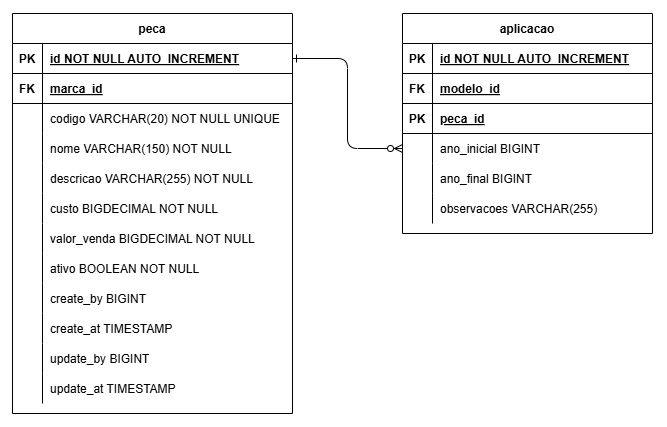
henriqueValgas/oficina-mecanica-api keeps this draw.io diagram as docs/modelo-relacional/ENTIDADE-RELACIONAL-PECA.drawio.png. Above is the earlier version. Source tidied: cells renumbered, new cells last; positions are measured from the earlier drawing's top-left corner, leaving out a move shared by most shapes.
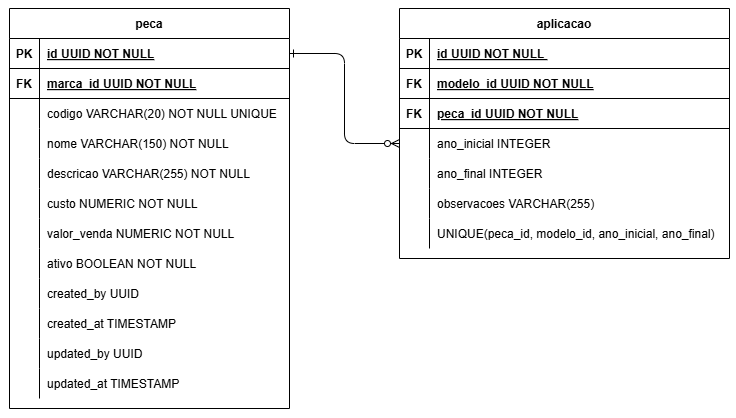
The same file after the commit.

Commit message:
docs: finalizado correcoes em entidade relacional e diagramas de classe

Diff of the diagram source:
```diff
@@ -14,7 +14,7 @@
     <mxCell id="5" value="PK" style="shape=partialRectangle;overflow=hidden;fillColor=none;top=0;left=0;bottom=0;right=0;fontStyle=1;" parent="4" vertex="1">
       <mxGeometry width="30" height="30" as="geometry" />
     </mxCell>
-    <mxCell id="6" value="id NOT NULL AUTO_INCREMENT" style="shape=partialRectangle;overflow=hidden;fillColor=none;top=0;left=0;bottom=0;right=0;align=left;spacingLeft=6;fontStyle=5;" parent="4" vertex="1">
+    <mxCell id="6" value="id UUID NOT NULL" style="shape=partialRectangle;overflow=hidden;fillColor=none;top=0;left=0;bottom=0;right=0;align=left;spacingLeft=6;fontStyle=5;" parent="4" vertex="1">
       <mxGeometry x="30" width="250" height="30" as="geometry" />
     </mxCell>
     <mxCell id="7" style="shape=partialRectangle;fillColor=none;top=0;left=0;right=0;bottom=1;" parent="3" vertex="1">
@@ -23,7 +23,7 @@
     <mxCell id="8" value="FK" style="shape=partialRectangle;overflow=hidden;fillColor=none;top=0;left=0;bottom=0;right=0;fontStyle=1;" parent="7" vertex="1">
       <mxGeometry width="30" height="30" as="geometry" />
     </mxCell>
-    <mxCell id="9" value="marca_id" style="shape=partialRectangle;overflow=hidden;fillColor=none;top=0;left=0;bottom=0;right=0;align=left;spacingLeft=6;fontStyle=5;" parent="7" vertex="1">
+    <mxCell id="9" value="marca_id UUID NOT NULL" style="shape=partialRectangle;overflow=hidden;fillColor=none;top=0;left=0;bottom=0;right=0;align=left;spacingLeft=6;fontStyle=5;" parent="7" vertex="1">
       <mxGeometry x="30" width="250" height="30" as="geometry" />
     </mxCell>
     <mxCell id="10" style="shape=partialRectangle;fillColor=none;top=0;left=0;right=0;bottom=0;" parent="3" vertex="1">
@@ -59,7 +59,7 @@
     <mxCell id="20" style="shape=partialRectangle;overflow=hidden;fillColor=none;top=0;left=0;bottom=0;right=0;" parent="19" vertex="1">
       <mxGeometry width="30" height="30" as="geometry" />
     </mxCell>
-    <mxCell id="21" value="custo BIGDECIMAL NOT NULL" style="shape=partialRectangle;overflow=hidden;fillColor=none;top=0;left=0;bottom=0;right=0;align=left;spacingLeft=6;" parent="19" vertex="1">
+    <mxCell id="21" value="custo NUMERIC NOT NULL" style="shape=partialRectangle;overflow=hidden;fillColor=none;top=0;left=0;bottom=0;right=0;align=left;spacingLeft=6;" parent="19" vertex="1">
       <mxGeometry x="30" width="250" height="30" as="geometry" />
     </mxCell>
     <mxCell id="22" style="shape=partialRectangle;fillColor=none;top=0;left=0;right=0;bottom=0;" parent="3" vertex="1">
@@ -68,7 +68,7 @@
     <mxCell id="23" style="shape=partialRectangle;overflow=hidden;fillColor=none;top=0;left=0;bottom=0;right=0;" parent="22" vertex="1">
       <mxGeometry width="30" height="30" as="geometry" />
     </mxCell>
-    <mxCell id="24" value="valor_venda BIGDECIMAL NOT NULL" style="shape=partialRectangle;overflow=hidden;fillColor=none;top=0;left=0;bottom=0;right=0;align=left;spacingLeft=6;" parent="22" vertex="1">
+    <mxCell id="24" value="valor_venda NUMERIC NOT NULL" style="shape=partialRectangle;overflow=hidden;fillColor=none;top=0;left=0;bottom=0;right=0;align=left;spacingLeft=6;" parent="22" vertex="1">
       <mxGeometry x="30" width="250" height="30" as="geometry" />
     </mxCell>
     <mxCell id="25" style="shape=partialRectangle;fillColor=none;top=0;left=0;right=0;bottom=0;" parent="3" vertex="1">
@@ -86,7 +86,7 @@
     <mxCell id="29" style="shape=partialRectangle;overflow=hidden;fillColor=none;top=0;left=0;bottom=0;right=0;" parent="28" vertex="1">
       <mxGeometry width="30" height="30" as="geometry" />
     </mxCell>
-    <mxCell id="30" value="create_by BIGINT" style="shape=partialRectangle;overflow=hidden;fillColor=none;top=0;left=0;bottom=0;right=0;align=left;spacingLeft=6;" parent="28" vertex="1">
+    <mxCell id="30" value="created_by UUID" style="shape=partialRectangle;overflow=hidden;fillColor=none;top=0;left=0;bottom=0;right=0;align=left;spacingLeft=6;" parent="28" vertex="1">
       <mxGeometry x="30" width="250" height="30" as="geometry" />
     </mxCell>
     <mxCell id="31" style="shape=partialRectangle;fillColor=none;top=0;left=0;right=0;bottom=0;" parent="3" vertex="1">
@@ -95,7 +95,7 @@
     <mxCell id="32" style="shape=partialRectangle;overflow=hidden;fillColor=none;top=0;left=0;bottom=0;right=0;" parent="31" vertex="1">
       <mxGeometry width="30" height="30" as="geometry" />
     </mxCell>
-    <mxCell id="33" value="create_at TIMESTAMP" style="shape=partialRectangle;overflow=hidden;fillColor=none;top=0;left=0;bottom=0;right=0;align=left;spacingLeft=6;" parent="31" vertex="1">
+    <mxCell id="33" value="created_at TIMESTAMP" style="shape=partialRectangle;overflow=hidden;fillColor=none;top=0;left=0;bottom=0;right=0;align=left;spacingLeft=6;" parent="31" vertex="1">
       <mxGeometry x="30" width="250" height="30" as="geometry" />
     </mxCell>
     <mxCell id="34" style="shape=partialRectangle;fillColor=none;top=0;left=0;right=0;bottom=0;" parent="3" vertex="1">
@@ -104,7 +104,7 @@
     <mxCell id="35" style="shape=partialRectangle;overflow=hidden;fillColor=none;top=0;left=0;bottom=0;right=0;" parent="34" vertex="1">
       <mxGeometry width="30" height="30" as="geometry" />
     </mxCell>
-    <mxCell id="36" value="update_by BIGINT" style="shape=partialRectangle;overflow=hidden;fillColor=none;top=0;left=0;bottom=0;right=0;align=left;spacingLeft=6;" parent="34" vertex="1">
+    <mxCell id="36" value="updated_by UUID" style="shape=partialRectangle;overflow=hidden;fillColor=none;top=0;left=0;bottom=0;right=0;align=left;spacingLeft=6;" parent="34" vertex="1">
       <mxGeometry x="30" width="250" height="30" as="geometry" />
     </mxCell>
     <mxCell id="37" style="shape=partialRectangle;fillColor=none;top=0;left=0;right=0;bottom=0;" parent="3" vertex="1">
@@ -113,65 +113,74 @@
     <mxCell id="38" style="shape=partialRectangle;overflow=hidden;fillColor=none;top=0;left=0;bottom=0;right=0;" parent="37" vertex="1">
       <mxGeometry width="30" height="30" as="geometry" />
     </mxCell>
-    <mxCell id="39" value="update_at TIMESTAMP" style="shape=partialRectangle;overflow=hidden;fillColor=none;top=0;left=0;bottom=0;right=0;align=left;spacingLeft=6;" parent="37" vertex="1">
+    <mxCell id="39" value="updated_at TIMESTAMP" style="shape=partialRectangle;overflow=hidden;fillColor=none;top=0;left=0;bottom=0;right=0;align=left;spacingLeft=6;" parent="37" vertex="1">
       <mxGeometry x="30" width="250" height="30" as="geometry" />
     </mxCell>
     <mxCell id="40" value="aplicacao" style="shape=table;startSize=30;rowLines=0;fontStyle=1;align=center;" parent="1" vertex="1">
-      <mxGeometry x="390" width="250" height="220" as="geometry" />
+      <mxGeometry x="390" width="330" height="250" as="geometry" />
     </mxCell>
     <mxCell id="41" style="shape=partialRectangle;fillColor=none;top=0;left=0;right=0;bottom=1;" parent="40" vertex="1">
-      <mxGeometry y="30" width="250" height="30" as="geometry" />
+      <mxGeometry y="30" width="330" height="30" as="geometry" />
     </mxCell>
     <mxCell id="42" value="PK" style="shape=partialRectangle;overflow=hidden;fillColor=none;top=0;left=0;bottom=0;right=0;fontStyle=1;" parent="41" vertex="1">
       <mxGeometry width="30" height="30" as="geometry" />
     </mxCell>
-    <mxCell id="43" value="id NOT NULL AUTO_INCREMENT" style="shape=partialRectangle;overflow=hidden;fillColor=none;top=0;left=0;bottom=0;right=0;align=left;spacingLeft=6;fontStyle=5;" parent="41" vertex="1">
-      <mxGeometry x="30" width="220" height="30" as="geometry" />
+    <mxCell id="43" value="id UUID NOT NULL " style="shape=partialRectangle;overflow=hidden;fillColor=none;top=0;left=0;bottom=0;right=0;align=left;spacingLeft=6;fontStyle=5;" parent="41" vertex="1">
+      <mxGeometry x="30" width="300" height="30" as="geometry" />
     </mxCell>
     <mxCell id="44" style="shape=partialRectangle;fillColor=none;top=0;left=0;right=0;bottom=1;" parent="40" vertex="1">
-      <mxGeometry y="60" width="250" height="30" as="geometry" />
+      <mxGeometry y="60" width="330" height="30" as="geometry" />
     </mxCell>
     <mxCell id="45" value="FK" style="shape=partialRectangle;overflow=hidden;fillColor=none;top=0;left=0;bottom=0;right=0;fontStyle=1;" parent="44" vertex="1">
       <mxGeometry width="30" height="30" as="geometry" />
     </mxCell>
-    <mxCell id="46" value="modelo_id" style="shape=partialRectangle;overflow=hidden;fillColor=none;top=0;left=0;bottom=0;right=0;align=left;spacingLeft=6;fontStyle=5;" parent="44" vertex="1">
-      <mxGeometry x="30" width="220" height="30" as="geometry" />
+    <mxCell id="46" value="modelo_id UUID NOT NULL" style="shape=partialRectangle;overflow=hidden;fillColor=none;top=0;left=0;bottom=0;right=0;align=left;spacingLeft=6;fontStyle=5;" parent="44" vertex="1">
+      <mxGeometry x="30" width="300" height="30" as="geometry" />
     </mxCell>
     <mxCell id="47" style="shape=partialRectangle;fillColor=none;top=0;left=0;right=0;bottom=1;" parent="40" vertex="1">
-      <mxGeometry y="90" width="250" height="30" as="geometry" />
+      <mxGeometry y="90" width="330" height="30" as="geometry" />
     </mxCell>
-    <mxCell id="48" value="PK" style="shape=partialRectangle;overflow=hidden;fillColor=none;top=0;left=0;bottom=0;right=0;fontStyle=1;" parent="47" vertex="1">
+    <mxCell id="48" value="FK" style="shape=partialRectangle;overflow=hidden;fillColor=none;top=0;left=0;bottom=0;right=0;fontStyle=1;" parent="47" vertex="1">
       <mxGeometry width="30" height="30" as="geometry" />
     </mxCell>
-    <mxCell id="49" value="peca_id" style="shape=partialRectangle;overflow=hidden;fillColor=none;top=0;left=0;bottom=0;right=0;align=left;spacingLeft=6;fontStyle=5;" parent="47" vertex="1">
-      <mxGeometry x="30" width="220" height="30" as="geometry" />
+    <mxCell id="49" value="peca_id UUID NOT NULL" style="shape=partialRectangle;overflow=hidden;fillColor=none;top=0;left=0;bottom=0;right=0;align=left;spacingLeft=6;fontStyle=5;" parent="47" vertex="1">
+      <mxGeometry x="30" width="300" height="30" as="geometry" />
     </mxCell>
     <mxCell id="50" style="shape=partialRectangle;fillColor=none;points=[[0,0.5],[1,0.5]];portConstraint=eastwest;top=0;left=0;right=0;bottom=0;" parent="40" vertex="1">
-      <mxGeometry y="120" width="250" height="30" as="geometry" />
+      <mxGeometry y="120" width="330" height="30" as="geometry" />
     </mxCell>
     <mxCell id="51" style="shape=partialRectangle;overflow=hidden;fillColor=none;top=0;left=0;bottom=0;right=0;" parent="50" vertex="1">
       <mxGeometry width="30" height="30" as="geometry" />
     </mxCell>
-    <mxCell id="52" value="ano_inicial BIGINT" style="shape=partialRectangle;overflow=hidden;fillColor=none;top=0;left=0;bottom=0;right=0;align=left;spacingLeft=6;" parent="50" vertex="1">
-      <mxGeometry x="30" width="220" height="30" as="geometry" />
+    <mxCell id="52" value="ano_inicial INTEGER" style="shape=partialRectangle;overflow=hidden;fillColor=none;top=0;left=0;bottom=0;right=0;align=left;spacingLeft=6;" parent="50" vertex="1">
+      <mxGeometry x="30" width="300" height="30" as="geometry" />
     </mxCell>
     <mxCell id="53" style="shape=partialRectangle;fillColor=none;top=0;left=0;right=0;bottom=0;" parent="40" vertex="1">
-      <mxGeometry y="150" width="250" height="30" as="geometry" />
+      <mxGeometry y="150" width="330" height="30" as="geometry" />
     </mxCell>
     <mxCell id="54" style="shape=partialRectangle;overflow=hidden;fillColor=none;top=0;left=0;bottom=0;right=0;" parent="53" vertex="1">
       <mxGeometry width="30" height="30" as="geometry" />
     </mxCell>
-    <mxCell id="55" value="ano_final BIGINT" style="shape=partialRectangle;overflow=hidden;fillColor=none;top=0;left=0;bottom=0;right=0;align=left;spacingLeft=6;" parent="53" vertex="1">
-      <mxGeometry x="30" width="220" height="30" as="geometry" />
+    <mxCell id="55" value="ano_final INTEGER" style="shape=partialRectangle;overflow=hidden;fillColor=none;top=0;left=0;bottom=0;right=0;align=left;spacingLeft=6;" parent="53" vertex="1">
+      <mxGeometry x="30" width="300" height="30" as="geometry" />
     </mxCell>
     <mxCell id="56" style="shape=partialRectangle;fillColor=none;top=0;left=0;right=0;bottom=0;" parent="40" vertex="1">
-      <mxGeometry y="180" width="250" height="30" as="geometry" />
+      <mxGeometry y="180" width="330" height="30" as="geometry" />
     </mxCell>
     <mxCell id="57" style="shape=partialRectangle;overflow=hidden;fillColor=none;top=0;left=0;bottom=0;right=0;" parent="56" vertex="1">
       <mxGeometry width="30" height="30" as="geometry" />
     </mxCell>
     <mxCell id="58" value="observacoes VARCHAR(255)" style="shape=partialRectangle;overflow=hidden;fillColor=none;top=0;left=0;bottom=0;right=0;align=left;spacingLeft=6;" parent="56" vertex="1">
-      <mxGeometry x="30" width="220" height="30" as="geometry" />
+      <mxGeometry x="30" width="300" height="30" as="geometry" />
     </mxCell>
+    <mxCell id="59" style="shape=partialRectangle;fillColor=none;top=0;left=0;right=0;bottom=0;" parent="40" vertex="1">
+      <mxGeometry y="210" width="330" height="30" as="geometry" />
+    </mxCell>
+    <mxCell id="60" style="shape=partialRectangle;overflow=hidden;fillColor=none;top=0;left=0;bottom=0;right=0;" parent="59" vertex="1">
+      <mxGeometry width="30" height="30" as="geometry" />
+    </mxCell>
+    <mxCell id="61" value="UNIQUE(peca_id, modelo_id, ano_inicial, ano_final)" style="shape=partialRectangle;overflow=hidden;fillColor=none;top=0;left=0;bottom=0;right=0;align=left;spacingLeft=6;" parent="59" vertex="1">
+      <mxGeometry x="30" width="300" height="30" as="geometry" />
+    </mxCell>
   </root>
 </mxGraphModel>
```
